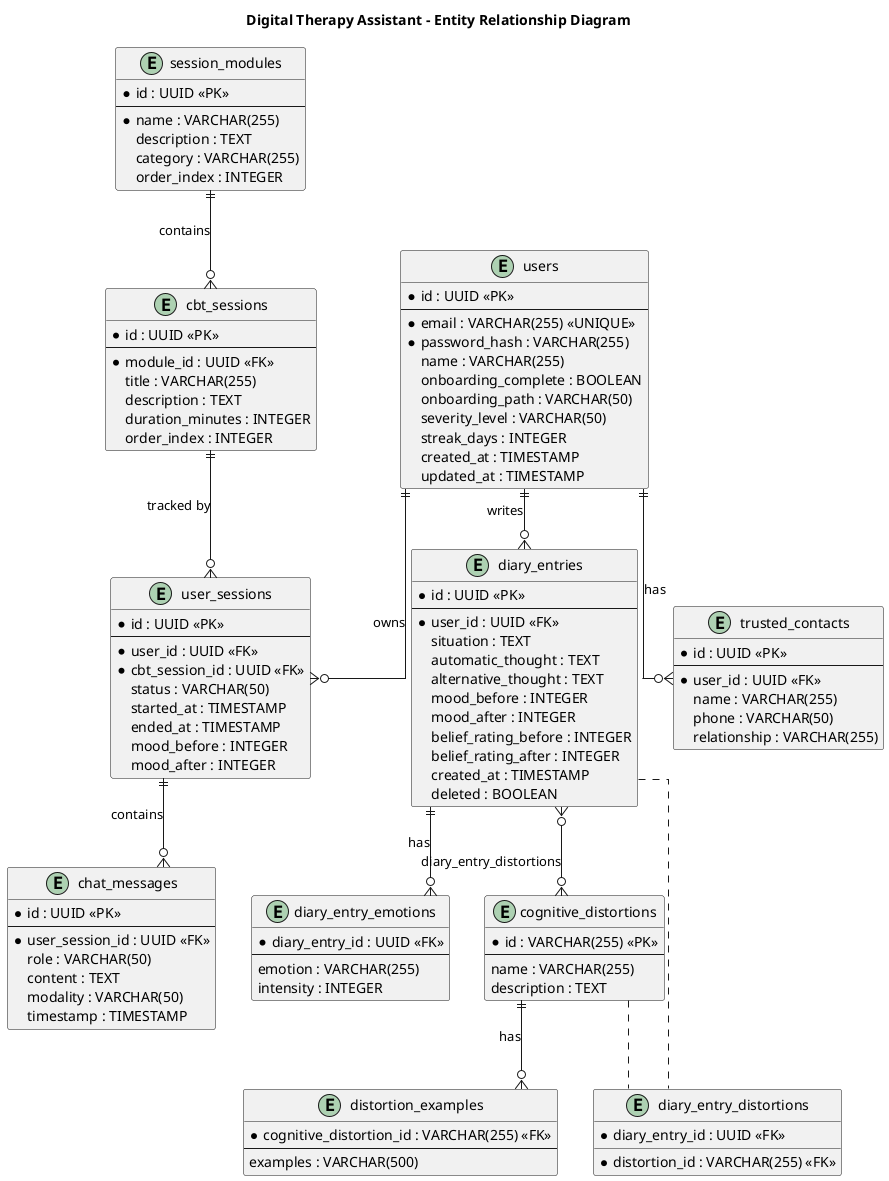
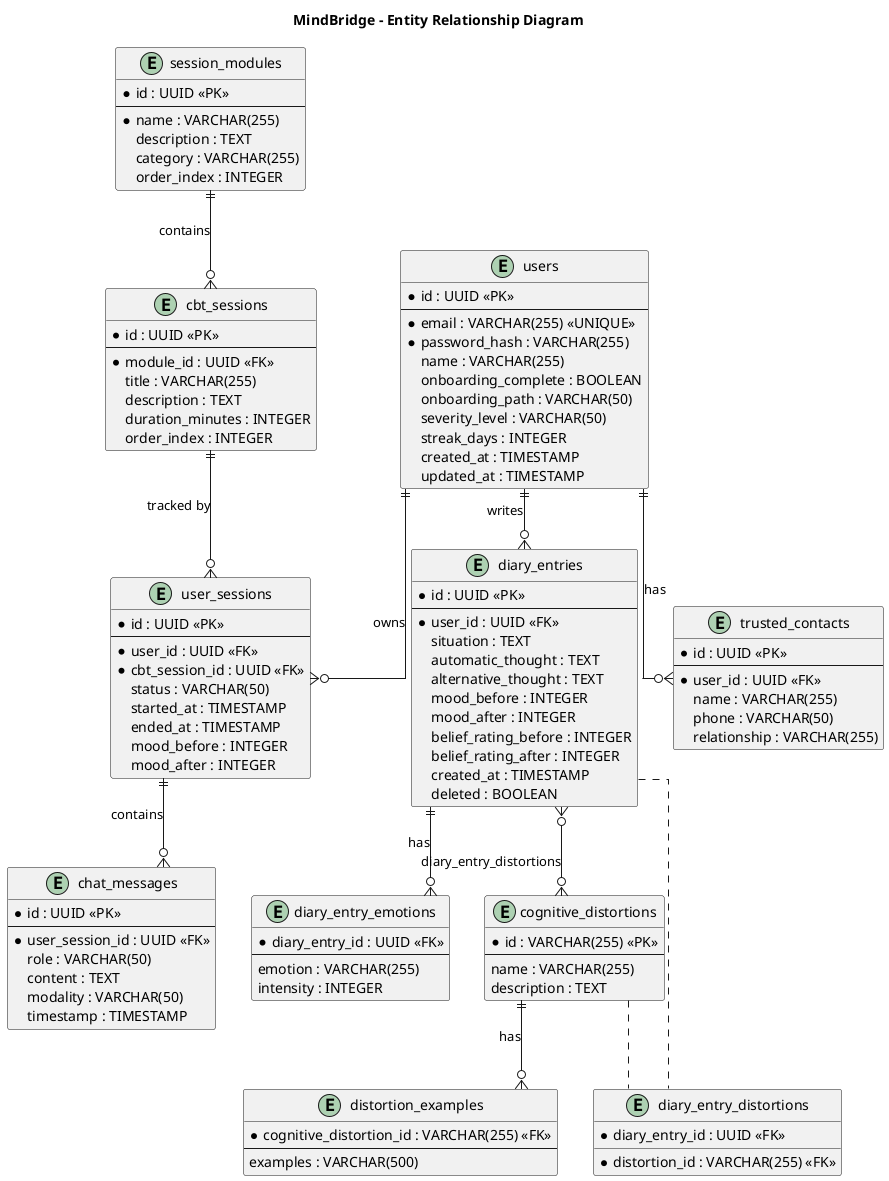
@startuml entity-relationship
- title Digital Therapy Assistant - Entity Relationship Diagram
+ title MindBridge - Entity Relationship Diagram

skinparam linetype ortho

entity "users" as users {
    * id : UUID <<PK>>
    --
    * email : VARCHAR(255) <<UNIQUE>>
    * password_hash : VARCHAR(255)
    name : VARCHAR(255)
    onboarding_complete : BOOLEAN
    onboarding_path : VARCHAR(50)
    severity_level : VARCHAR(50)
    streak_days : INTEGER
    created_at : TIMESTAMP
    updated_at : TIMESTAMP
}

entity "session_modules" as modules {
    * id : UUID <<PK>>
    --
    * name : VARCHAR(255)
    description : TEXT
    category : VARCHAR(255)
    order_index : INTEGER
}

entity "cbt_sessions" as cbt {
    * id : UUID <<PK>>
    --
    * module_id : UUID <<FK>>
    title : VARCHAR(255)
    description : TEXT
    duration_minutes : INTEGER
    order_index : INTEGER
}

entity "user_sessions" as usessions {
    * id : UUID <<PK>>
    --
    * user_id : UUID <<FK>>
    * cbt_session_id : UUID <<FK>>
    status : VARCHAR(50)
    started_at : TIMESTAMP
    ended_at : TIMESTAMP
    mood_before : INTEGER
    mood_after : INTEGER
}

entity "chat_messages" as chat {
    * id : UUID <<PK>>
    --
    * user_session_id : UUID <<FK>>
    role : VARCHAR(50)
    content : TEXT
    modality : VARCHAR(50)
    timestamp : TIMESTAMP
}

entity "diary_entries" as diary {
    * id : UUID <<PK>>
    --
    * user_id : UUID <<FK>>
    situation : TEXT
    automatic_thought : TEXT
    alternative_thought : TEXT
    mood_before : INTEGER
    mood_after : INTEGER
    belief_rating_before : INTEGER
    belief_rating_after : INTEGER
    created_at : TIMESTAMP
    deleted : BOOLEAN
}

entity "diary_entry_emotions" as emotions {
    * diary_entry_id : UUID <<FK>>
    --
    emotion : VARCHAR(255)
    intensity : INTEGER
}

entity "cognitive_distortions" as distortions {
    * id : VARCHAR(255) <<PK>>
    --
    name : VARCHAR(255)
    description : TEXT
}

entity "distortion_examples" as examples {
    * cognitive_distortion_id : VARCHAR(255) <<FK>>
    --
    examples : VARCHAR(500)
}

entity "diary_entry_distortions" as ded {
    * diary_entry_id : UUID <<FK>>
    * distortion_id : VARCHAR(255) <<FK>>
}

entity "trusted_contacts" as contacts {
    * id : UUID <<PK>>
    --
    * user_id : UUID <<FK>>
    name : VARCHAR(255)
    phone : VARCHAR(50)
    relationship : VARCHAR(255)
}

users ||--o{ usessions : "owns"
users ||--o{ diary : "writes"
users ||--o{ contacts : "has"
modules ||--o{ cbt : "contains"
cbt ||--o{ usessions : "tracked by"
usessions ||--o{ chat : "contains"
diary ||--o{ emotions : "has"
diary }o--o{ distortions : "diary_entry_distortions"
distortions ||--o{ examples : "has"
diary .. ded
distortions .. ded

@enduml
